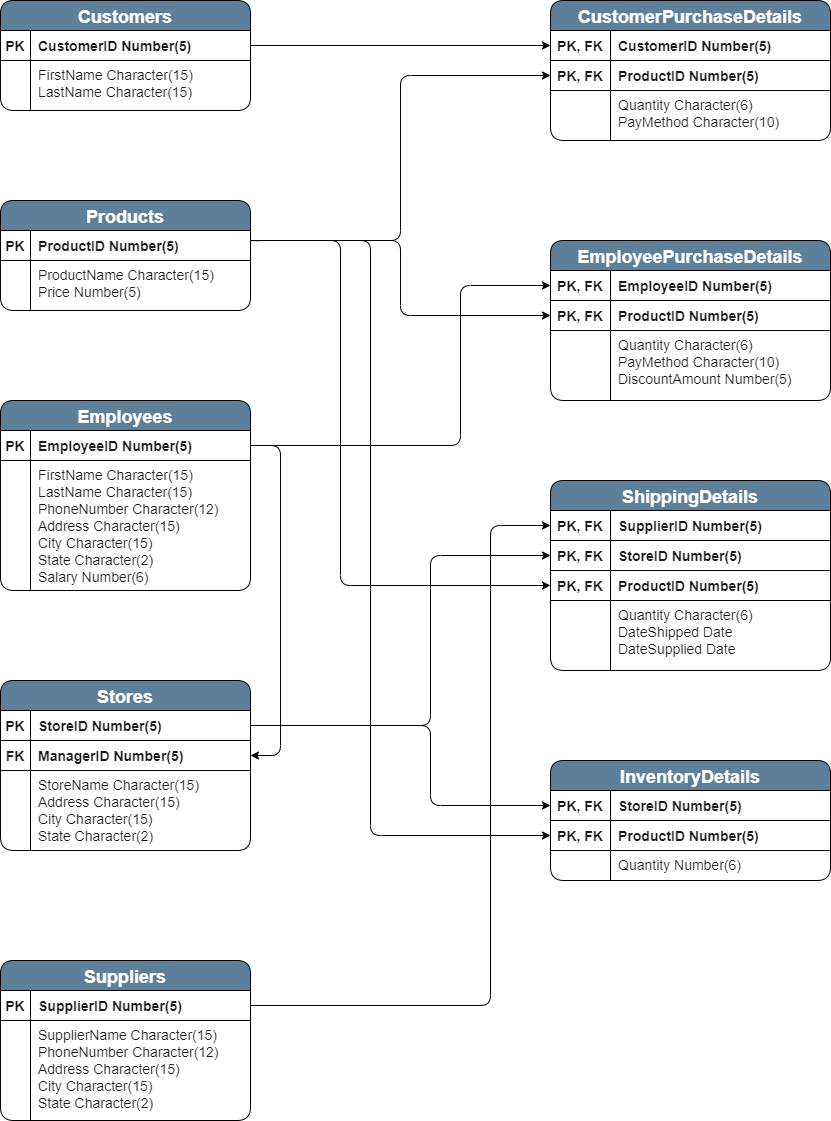
Above: src/files/assets/helpscreen/DatabaseSchema.png in DeliciousWaffle/MastersProject (draw.io), before the change. Source tidied: cells renumbered, new cells last; positions are measured from the earlier drawing's top-left corner, leaving out a move shared by most shapes.
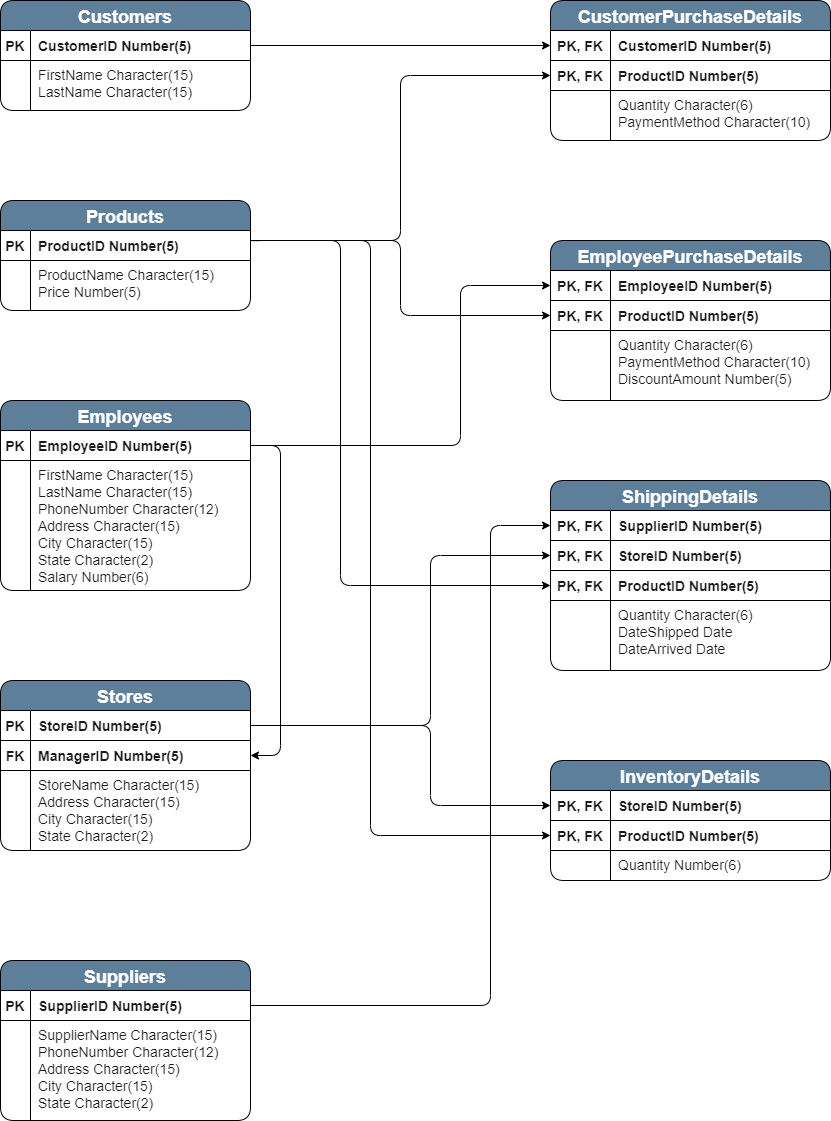
Above is the later version.

The edit, as a diff of the source:
```diff
@@ -201,7 +201,7 @@
     <mxCell id="51" style="shape=partialRectangle;overflow=hidden;fillColor=none;top=0;left=0;bottom=0;right=0;rounded=1;strokeColor=#D0CEE2;fontColor=#1A1A1A;" parent="50" vertex="1">
       <mxGeometry width="60" height="50" as="geometry" />
     </mxCell>
-    <mxCell id="52" value="Quantity Character(6)&#10;PayMethod Character(10)&#10;" style="shape=partialRectangle;overflow=hidden;fillColor=none;top=0;left=0;bottom=0;right=0;align=left;spacingLeft=6;verticalAlign=top;rounded=1;strokeColor=#D0CEE2;fontColor=#1A1A1A;fontSize=14;spacingBottom=5;" parent="50" vertex="1">
+    <mxCell id="52" value="Quantity Character(6)&#10;PaymentMethod Character(10)&#10;" style="shape=partialRectangle;overflow=hidden;fillColor=none;top=0;left=0;bottom=0;right=0;align=left;spacingLeft=6;verticalAlign=top;rounded=1;strokeColor=#D0CEE2;fontColor=#1A1A1A;fontSize=14;spacingBottom=5;" parent="50" vertex="1">
       <mxGeometry x="60" width="220" height="50" as="geometry" />
     </mxCell>
     <mxCell id="53" value="EmployeePurchaseDetails" style="shape=table;startSize=30;rowLines=0;fontStyle=1;align=center;fillColor=#5D7F99;rounded=1;fontColor=#FFFFFF;fontSize=18;" parent="1" vertex="1">
@@ -231,7 +231,7 @@
     <mxCell id="61" style="shape=partialRectangle;overflow=hidden;fillColor=none;top=0;left=0;bottom=0;right=0;rounded=1;strokeColor=#D0CEE2;fontColor=#1A1A1A;" parent="60" vertex="1">
       <mxGeometry width="60" height="70" as="geometry" />
     </mxCell>
-    <mxCell id="62" value="Quantity Character(6)&#10;PayMethod Character(10)&#10;DiscountAmount Number(5)&#10;" style="shape=partialRectangle;overflow=hidden;fillColor=none;top=0;left=0;bottom=0;right=0;align=left;spacingLeft=6;verticalAlign=top;rounded=1;strokeColor=#D0CEE2;fontColor=#1A1A1A;fontSize=14;spacingBottom=5;" parent="60" vertex="1">
+    <mxCell id="62" value="Quantity Character(6)&#10;PaymentMethod Character(10)&#10;DiscountAmount Number(5)&#10;" style="shape=partialRectangle;overflow=hidden;fillColor=none;top=0;left=0;bottom=0;right=0;align=left;spacingLeft=6;verticalAlign=top;rounded=1;strokeColor=#D0CEE2;fontColor=#1A1A1A;fontSize=14;spacingBottom=5;" parent="60" vertex="1">
       <mxGeometry x="60" width="220" height="70" as="geometry" />
     </mxCell>
     <mxCell id="63" value="ShippingDetails" style="shape=table;startSize=30;rowLines=0;fontStyle=1;align=center;fillColor=#5D7F99;rounded=1;fontColor=#FFFFFF;fontSize=18;" parent="1" vertex="1">
@@ -270,7 +270,7 @@
     <mxCell id="74" style="shape=partialRectangle;overflow=hidden;fillColor=none;top=0;left=0;bottom=0;right=0;rounded=1;strokeColor=#D0CEE2;fontColor=#1A1A1A;" parent="73" vertex="1">
       <mxGeometry width="60" height="70" as="geometry" />
     </mxCell>
-    <mxCell id="75" value="Quantity Character(6)&#10;DateShipped Date&#10;DateSupplied Date&#10;" style="shape=partialRectangle;overflow=hidden;fillColor=none;top=0;left=0;bottom=0;right=0;align=left;spacingLeft=6;verticalAlign=top;rounded=1;strokeColor=#D0CEE2;fontColor=#1A1A1A;fontSize=14;spacingBottom=5;" parent="73" vertex="1">
+    <mxCell id="75" value="Quantity Character(6)&#10;DateShipped Date&#10;DateArrived Date&#10;" style="shape=partialRectangle;overflow=hidden;fillColor=none;top=0;left=0;bottom=0;right=0;align=left;spacingLeft=6;verticalAlign=top;rounded=1;strokeColor=#D0CEE2;fontColor=#1A1A1A;fontSize=14;spacingBottom=5;" parent="73" vertex="1">
       <mxGeometry x="60" width="220" height="70" as="geometry" />
     </mxCell>
     <mxCell id="76" value="InventoryDetails" style="shape=table;startSize=30;rowLines=0;fontStyle=1;align=center;fillColor=#5D7F99;rounded=1;fontColor=#FFFFFF;fontSize=18;" parent="1" vertex="1">
```
